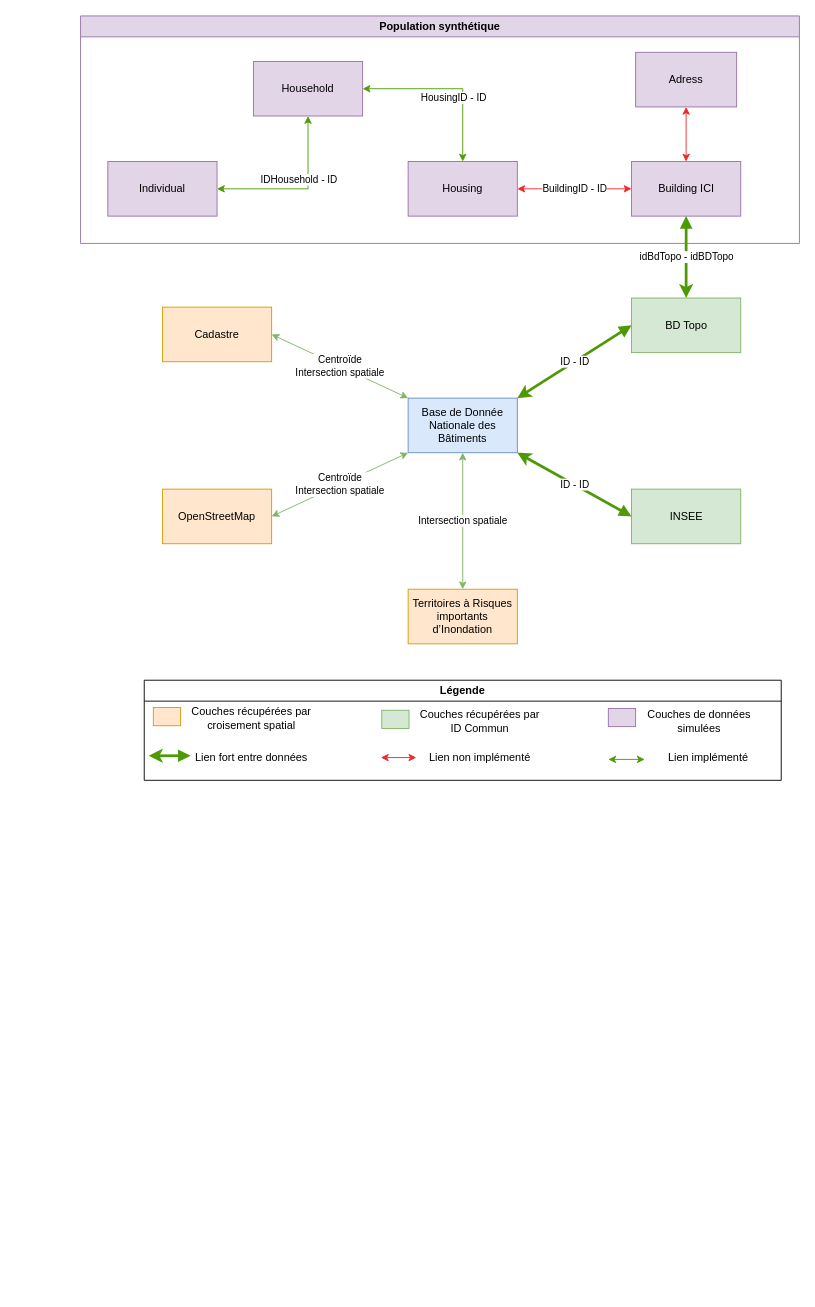
Before: liens_entre_bases.drawio in EnzoVenon/Gemini_numeriques, a draw.io diagram. Source tidied: cells renumbered, new cells numbered last; positions are measured from the earlier drawing's top-left corner, leaving out a move shared by most shapes. Both pictures are drawn from the tidied source at 91%, with x=0, y=0 at pixel (80, 15).
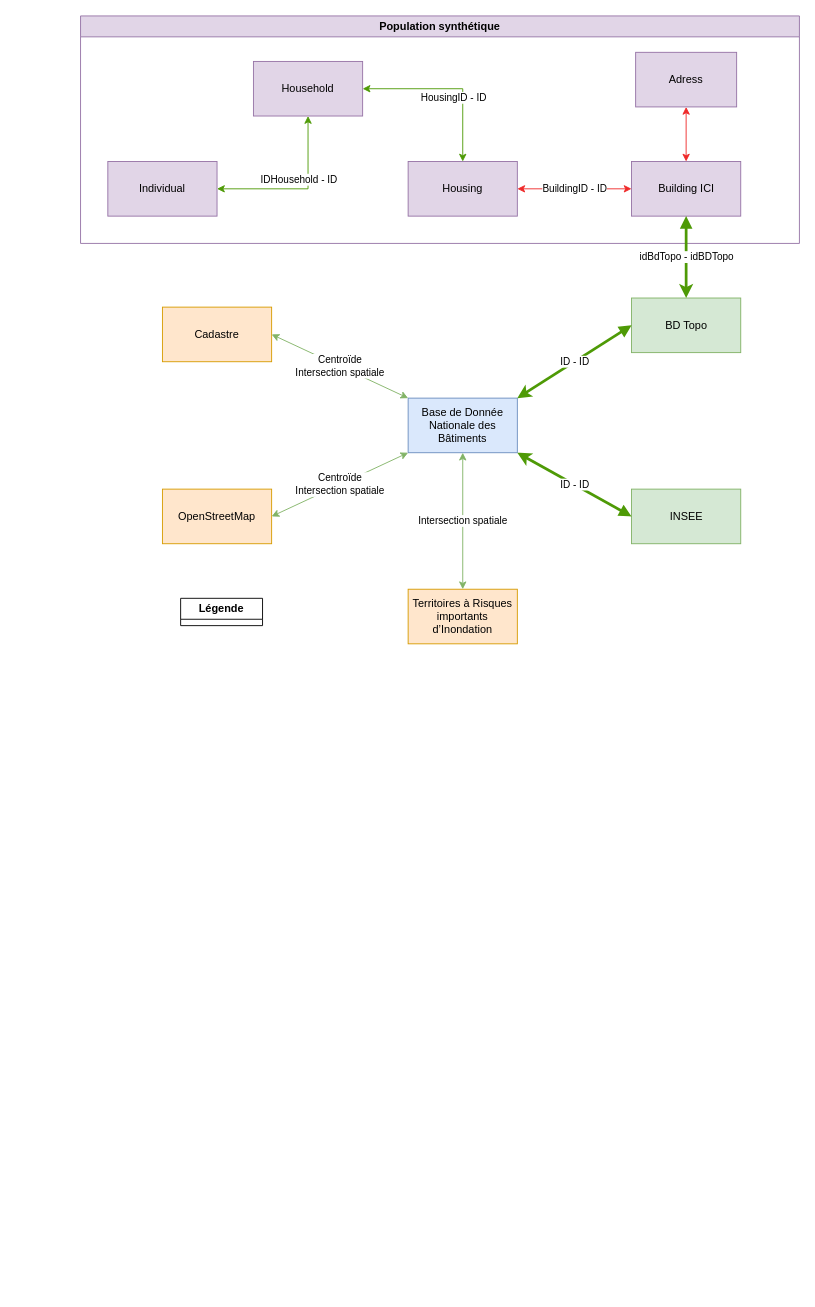
The same page after the edit.

Commit message:
retracting the legend

Diff of the diagram source:
```diff
@@
-    <mxCell id="24" value="Légende" style="swimlane;whiteSpace=wrap;html=1;" parent="1" vertex="1">
-      <mxGeometry x="70" y="730" width="700" height="110" as="geometry" />
+    <mxCell id="24" value="Légende" style="swimlane;whiteSpace=wrap;html=1;" parent="1" vertex="1" collapsed="1">
+      <mxGeometry x="110" y="640" width="90" height="30" as="geometry" />
     </mxCell>
-    <mxCell id="25" style="rounded=0;whiteSpace=wrap;html=1;fillColor=#ffe6cc;strokeColor=#d79b00;" parent="24" vertex="1">
-      <mxGeometry x="10" y="30" width="30" height="20" as="geometry" />
-    </mxCell>
-    <mxCell id="26" value="Couches récupérées par croisement spatial" style="text;html=1;strokeColor=none;fillColor=none;align=center;verticalAlign=middle;whiteSpace=wrap;rounded=0;" parent="24" vertex="1">
-      <mxGeometry x="48" y="27" width="140" height="30" as="geometry" />
-    </mxCell>
-    <mxCell id="27" style="rounded=0;whiteSpace=wrap;html=1;fillColor=#d5e8d4;strokeColor=#82b366;" parent="24" vertex="1">
-      <mxGeometry x="261" y="33" width="30" height="20" as="geometry" />
-    </mxCell>
-    <mxCell id="28" value="Couches récupérées par ID Commun" style="text;html=1;strokeColor=none;fillColor=none;align=center;verticalAlign=middle;whiteSpace=wrap;rounded=0;" parent="24" vertex="1">
-      <mxGeometry x="299" y="30" width="140" height="30" as="geometry" />
-    </mxCell>
-    <mxCell id="29" style="rounded=0;whiteSpace=wrap;html=1;fillColor=#e1d5e7;strokeColor=#9673a6;" parent="24" vertex="1">
-      <mxGeometry x="510" y="31" width="30" height="20" as="geometry" />
-    </mxCell>
-    <mxCell id="30" value="Couches de données simulées" style="text;html=1;strokeColor=none;fillColor=none;align=center;verticalAlign=middle;whiteSpace=wrap;rounded=0;" parent="24" vertex="1">
-      <mxGeometry x="540" y="30" width="140" height="30" as="geometry" />
-    </mxCell>
-    <mxCell id="31" style="endArrow=classic;html=1;rounded=0;entryX=1;entryY=0;entryDx=0;entryDy=0;strokeColor=#4e9a06;strokeWidth=3;endFill=1;startArrow=block;" parent="24" edge="1">
-      <mxGeometry relative="1" as="geometry">
-        <mxPoint x="51" y="83" as="sourcePoint" />
-        <mxPoint x="5" y="83" as="targetPoint" />
-      </mxGeometry>
-    </mxCell>
-    <mxCell id="32" value="Lien fort entre données" style="text;html=1;strokeColor=none;fillColor=none;align=center;verticalAlign=middle;whiteSpace=wrap;rounded=0;" parent="24" vertex="1">
-      <mxGeometry x="48" y="70" width="140" height="30" as="geometry" />
-    </mxCell>
-    <mxCell id="33" value="&amp;nbsp;" style="edgeStyle=orthogonalEdgeStyle;rounded=0;jettySize=auto;html=1;exitX=1;exitY=0.5;exitDx=0;exitDy=0;strokeColor=#ef2929;endArrow=classic;endFill=1;startArrow=classic;startFill=1;entryX=0;entryY=0.5;entryDx=0;entryDy=0;" parent="24" edge="1" target="34">
-      <mxGeometry x="-1" y="-705" relative="1" as="geometry">
-        <mxPoint x="260" y="85" as="sourcePoint" />
-        <mxPoint x="-400" y="-125" as="offset" />
-      </mxGeometry>
-    </mxCell>
-    <mxCell id="34" value="Lien non implémenté" style="text;html=1;strokeColor=none;fillColor=none;align=center;verticalAlign=middle;whiteSpace=wrap;rounded=0;" parent="24" vertex="1">
-      <mxGeometry x="299" y="70" width="140" height="30" as="geometry" />
-    </mxCell>
-    <mxCell id="35" style="endArrow=classic;startArrow=classic;html=1;rounded=0;strokeColor=#4e9a06;" parent="24" edge="1">
-      <mxGeometry relative="1" as="geometry">
-        <mxPoint x="510" y="87" as="sourcePoint" />
-        <mxPoint x="550" y="87" as="targetPoint" />
-      </mxGeometry>
-    </mxCell>
-    <mxCell id="36" value="Lien implémenté" style="text;html=1;strokeColor=none;fillColor=none;align=center;verticalAlign=middle;whiteSpace=wrap;rounded=0;" parent="24" vertex="1">
-      <mxGeometry x="550" y="70" width="140" height="30" as="geometry" />
-    </mxCell>
```
